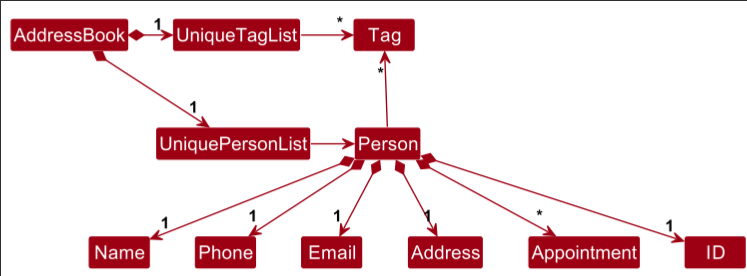
This is docs/images/BetterModelClassDiagram.png from nus-cs2103-AY2425S1/tp, a PlantUML export, as it was before one commit. Its source is kept beside it as docs/diagrams/BetterModelClassDiagram.puml.
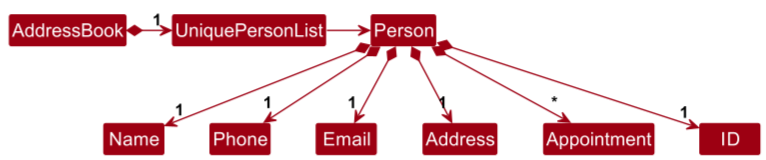
After the commit.

What changed in the source:
```diff
@@ -5,14 +5,8 @@
 skinparam classBackgroundColor MODEL_COLOR
 
 AddressBook *-right-> "1" UniquePersonList
-AddressBook *-right-> "1" UniqueTagList
-UniqueTagList -[hidden]down- UniquePersonList
-UniqueTagList -[hidden]down- UniquePersonList
 
-UniqueTagList -right-> "*" Tag
 UniquePersonList -right-> Person
-
-Person -up-> "*" Tag
 
 Person *--> "1" Name
 Person *--> "1" Phone
```
